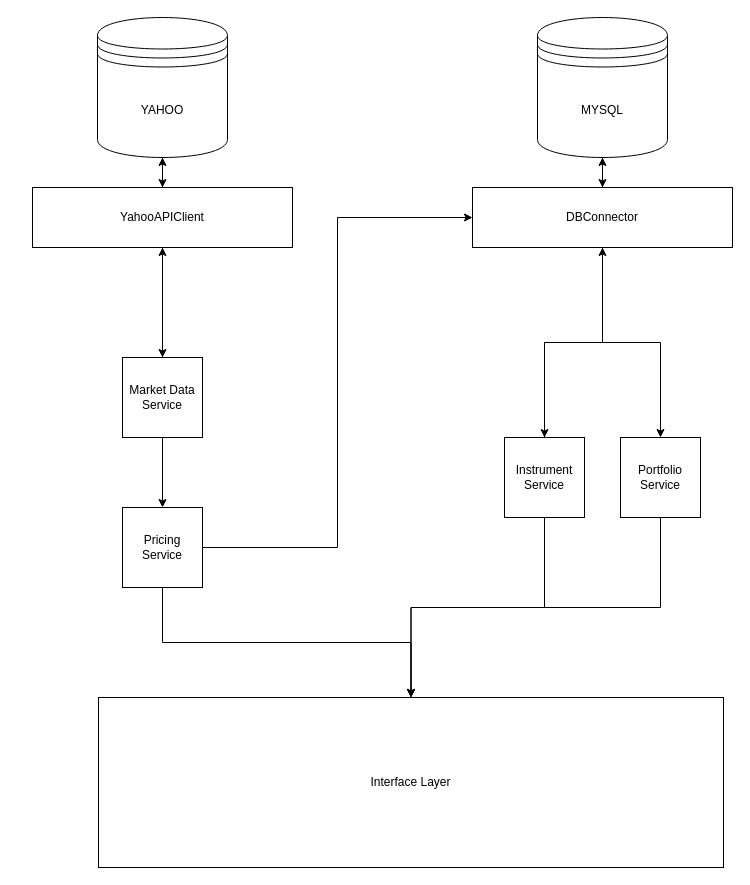
Before: Untitled Diagram.drawio in joshuaeng/trading_joe, a draw.io diagram. Source tidied: cells renumbered, new cells numbered last; positions are measured from the earlier drawing's top-left corner, leaving out a move shared by most shapes. Both pictures are drawn from the tidied source at 100%, with x=0, y=0 at pixel (32, 17).
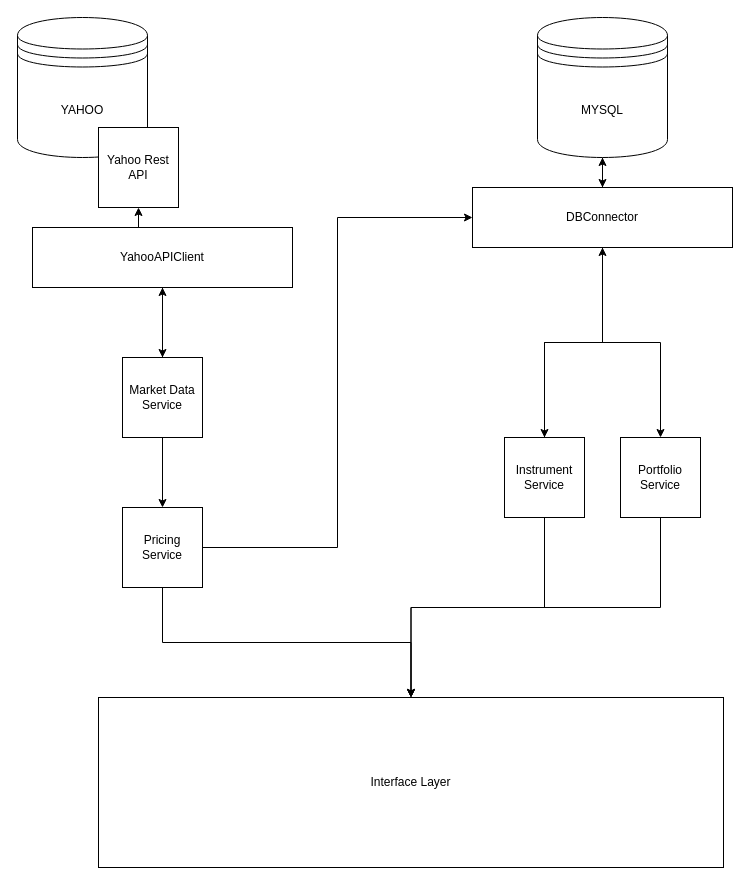
Above is the later version.

Diff of the diagram source:
```diff
@@
-    <mxCell id="13" style="edgeStyle=orthogonalEdgeStyle;rounded=0;jettySize=auto;html=1;" parent="1" edge="1" source="14" target="17">
-      <mxGeometry relative="1" as="geometry" />
-    </mxCell>
     <mxCell id="14" value="YAHOO" style="shape=datastore;whiteSpace=wrap;html=1;" parent="1" vertex="1">
-      <mxGeometry x="65" width="130" height="140" as="geometry" />
+      <mxGeometry x="-15" width="130" height="140" as="geometry" />
     </mxCell>
-    <mxCell id="15" style="edgeStyle=orthogonalEdgeStyle;rounded=0;jettySize=auto;html=1;exitX=0.5;exitY=0;exitDx=0;exitDy=0;entryX=0.5;entryY=1;entryDx=0;entryDy=0;" parent="1" edge="1" source="17" target="14">
+    <mxCell id="15" style="edgeStyle=orthogonalEdgeStyle;rounded=0;jettySize=auto;html=1;exitX=0.5;exitY=0;exitDx=0;exitDy=0;entryX=0.5;entryY=1;entryDx=0;entryDy=0;" parent="1" edge="1" source="17" target="25">
       <mxGeometry relative="1" as="geometry" />
     </mxCell>
@@
     <mxCell id="17" value="YahooAPIClient" style="rounded=0;whiteSpace=wrap;html=1;" parent="1" vertex="1">
-      <mxGeometry y="170" width="260" height="60" as="geometry" />
+      <mxGeometry y="210" width="260" height="60" as="geometry" />
     </mxCell>
@@
+    <mxCell id="25" value="Yahoo Rest API" style="whiteSpace=wrap;html=1;" parent="1" vertex="1">
+      <mxGeometry x="66" y="110" width="80" height="80" as="geometry" />
+    </mxCell>
```
